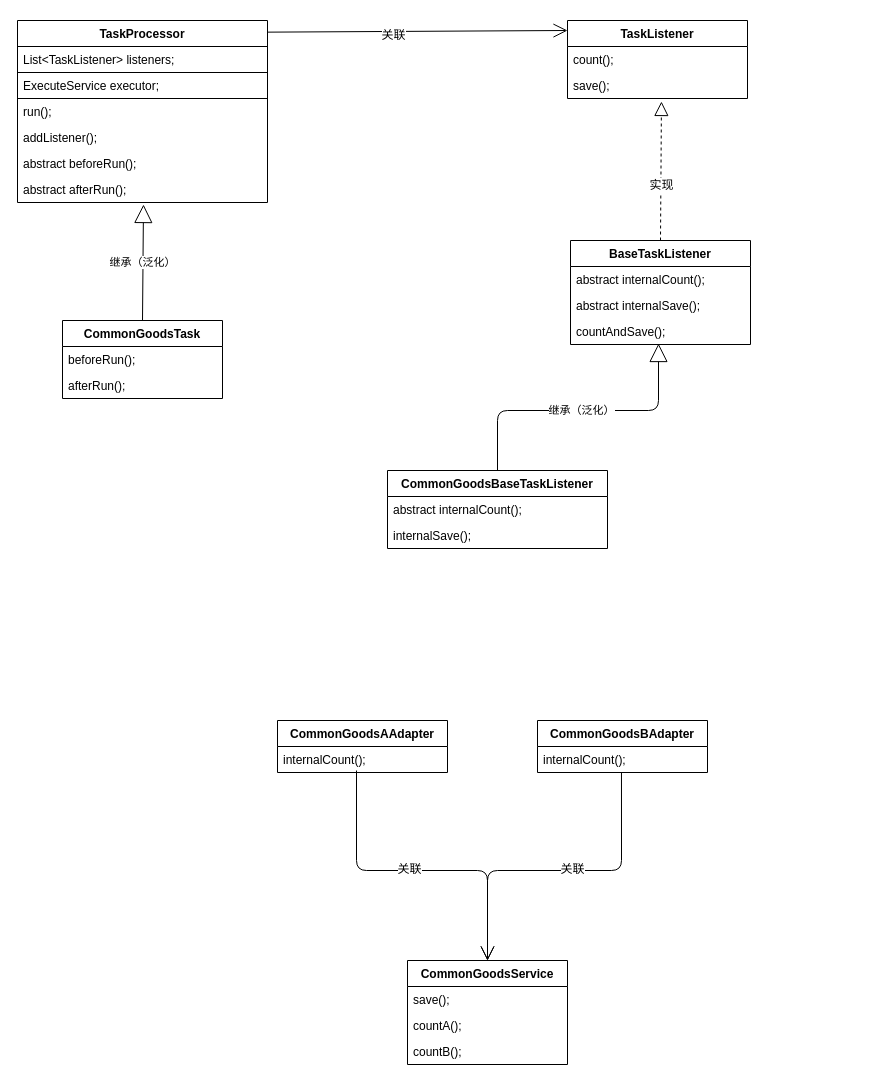
Above: zzp.design.schedule.task/src/main/resources/UML类图/定时任务类图.drawio in karyzeng/share-design (draw.io), before the change. Source tidied: cells renumbered, new cells numbered last; positions are measured from the earlier drawing's top-left corner, leaving out a move shared by most shapes. Both pictures are drawn from the tidied source at 100%, with x=0, y=0 at pixel (17, 20).
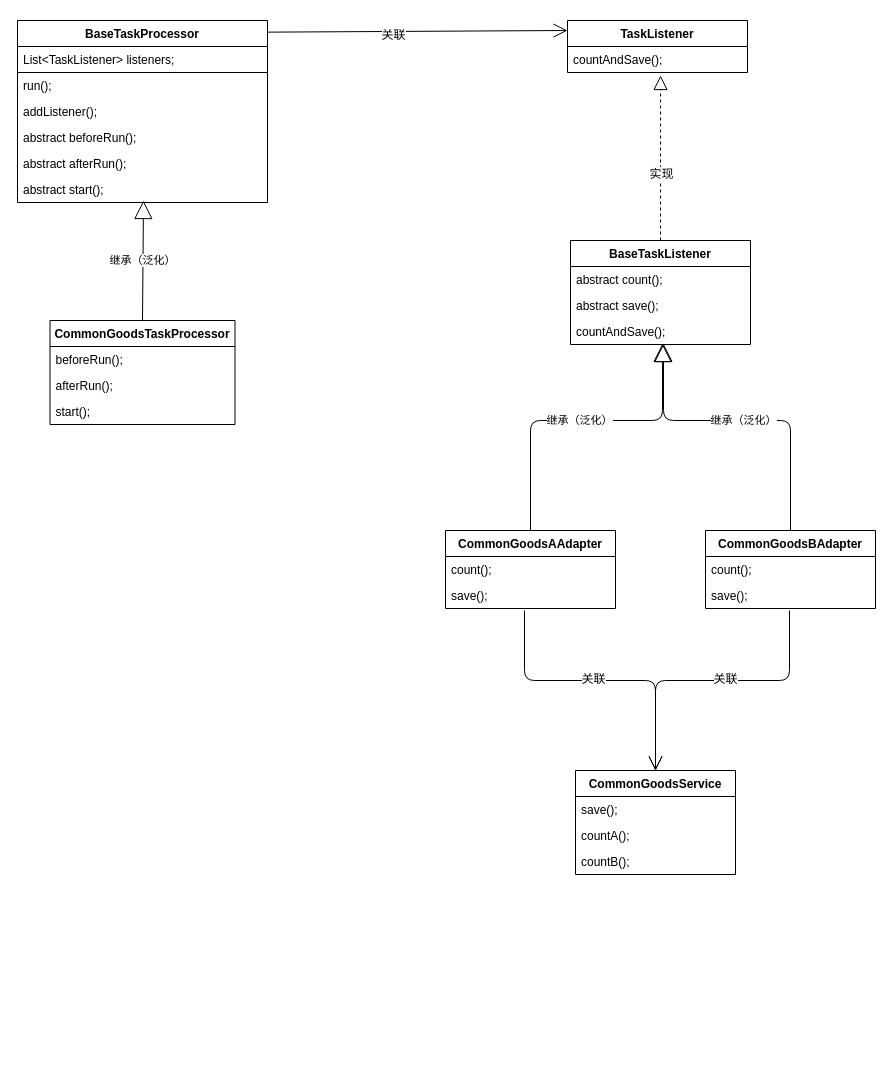
The same page after the edit.

Commit message:
修改定时任务类图

Unchanged cells that the change refers to:
```xml
<mxCell id="30" value="BaseTaskListener" style="swimlane;fontStyle=1;align=center;verticalAlign=top;horizontal=1;startSize=26;" parent="1" vertex="1">
  <mxGeometry x="553" y="220" width="180" height="104" as="geometry" />
</mxCell>
<mxCell id="33" value="countAndSave();" style="text;strokeColor=none;fillColor=none;align=left;verticalAlign=top;spacingLeft=4;spacingRight=4;overflow=hidden;points=[[0,0.5],[1,0.5]];portConstraint=eastwest;" parent="30" vertex="1">
  <mxGeometry y="78" width="180" height="26" as="geometry" />
</mxCell>
```

Change to the diagram source:
```diff
@@
-    <mxCell id="2" value="TaskProcessor" style="swimlane;fontStyle=1;align=center;verticalAlign=top;horizontal=1;startSize=26;" parent="1" vertex="1">
+    <mxCell id="2" value="BaseTaskProcessor" style="swimlane;fontStyle=1;align=center;verticalAlign=top;horizontal=1;startSize=26;" parent="1" vertex="1">
       <mxGeometry width="250" height="182" as="geometry" />
     </mxCell>
@@
-    <mxCell id="4" value="ExecuteService executor;" style="text;strokeColor=#000000;fillColor=none;align=left;verticalAlign=top;spacingLeft=4;spacingRight=4;overflow=hidden;" parent="2" vertex="1">
-      <mxGeometry y="52" width="250" height="26" as="geometry" />
-    </mxCell>
     <mxCell id="5" value="run();" style="text;strokeColor=none;fillColor=none;align=left;verticalAlign=top;spacingLeft=4;spacingRight=4;overflow=hidden;" parent="2" vertex="1">
-      <mxGeometry y="78" width="250" height="26" as="geometry" />
+      <mxGeometry y="52" width="250" height="26" as="geometry" />
     </mxCell>
     <mxCell id="6" value="addListener();" style="text;strokeColor=none;fillColor=none;align=left;verticalAlign=top;spacingLeft=4;spacingRight=4;overflow=hidden;" parent="2" vertex="1">
-      <mxGeometry y="104" width="250" height="26" as="geometry" />
+      <mxGeometry y="78" width="250" height="26" as="geometry" />
     </mxCell>
     <mxCell id="7" value="abstract beforeRun();" style="text;strokeColor=none;fillColor=none;align=left;verticalAlign=top;spacingLeft=4;spacingRight=4;overflow=hidden;" parent="2" vertex="1">
-      <mxGeometry y="130" width="250" height="26" as="geometry" />
+      <mxGeometry y="104" width="250" height="26" as="geometry" />
     </mxCell>
     <mxCell id="8" value="abstract afterRun();" style="text;strokeColor=none;fillColor=none;align=left;verticalAlign=top;spacingLeft=4;spacingRight=4;overflow=hidden;points=[[0,0.5],[1,0.5]];portConstraint=eastwest;" parent="2" vertex="1">
-      <mxGeometry y="156" width="250" height="26" as="geometry" />
+      <mxGeometry y="130" width="250" height="26" as="geometry" />
     </mxCell>
+    <mxCell id="40" value="abstract start();" style="text;strokeColor=none;fillColor=none;align=left;verticalAlign=top;spacingLeft=4;spacingRight=4;overflow=hidden;points=[[0,0.5],[1,0.5]];portConstraint=eastwest;" parent="2" vertex="1">
+      <mxGeometry y="156" width="250" height="26" as="geometry" />
+    </mxCell>
     <mxCell id="9" value="TaskListener" style="swimlane;fontStyle=1;align=center;verticalAlign=top;horizontal=1;startSize=26;" parent="1" vertex="1">
-      <mxGeometry x="550" width="180" height="78" as="geometry" />
+      <mxGeometry x="550" width="180" height="52" as="geometry" />
     </mxCell>
-    <mxCell id="10" value="count();" style="text;strokeColor=none;fillColor=none;align=left;verticalAlign=top;spacingLeft=4;spacingRight=4;overflow=hidden;" parent="9" vertex="1">
-      <mxGeometry y="26" width="180" height="26" as="geometry" />
-    </mxCell>
-    <mxCell id="11" value="save();" style="text;strokeColor=none;fillColor=none;align=left;verticalAlign=top;spacingLeft=4;spacingRight=4;overflow=hidden;points=[[0,0.5],[1,0.5]];portConstraint=eastwest;" parent="9" vertex="1">
-      <mxGeometry y="52" width="180" height="26" as="geometry" />
-    </mxCell>
+    <mxCell id="41" value="countAndSave();" style="text;strokeColor=none;fillColor=none;align=left;verticalAlign=top;spacingLeft=4;spacingRight=4;overflow=hidden;points=[[0,0.5],[1,0.5]];portConstraint=eastwest;" parent="9" vertex="1">
+      <mxGeometry y="26" width="180" height="26" as="geometry" />
+    </mxCell>
     <mxCell id="12" value="CommonGoodsService" style="swimlane;fontStyle=1;align=center;verticalAlign=top;horizontal=1;startSize=26;strokeColor=#000000;" parent="1" vertex="1">
-      <mxGeometry x="390" y="940" width="160" height="104" as="geometry" />
+      <mxGeometry x="558" y="750" width="160" height="104" as="geometry" />
     </mxCell>
@@
     <mxCell id="16" value="CommonGoodsAAdapter" style="swimlane;fontStyle=1;align=center;verticalAlign=top;horizontal=1;startSize=26;strokeColor=#000000;" parent="1" vertex="1">
-      <mxGeometry x="260" y="700" width="170" height="52" as="geometry" />
+      <mxGeometry x="428" y="510" width="170" height="78" as="geometry" />
     </mxCell>
-    <mxCell id="17" value="internalCount();" style="text;strokeColor=none;fillColor=none;align=left;verticalAlign=top;spacingLeft=4;spacingRight=4;overflow=hidden;" parent="16" vertex="1">
+    <mxCell id="17" value="count();" style="text;strokeColor=none;fillColor=none;align=left;verticalAlign=top;spacingLeft=4;spacingRight=4;overflow=hidden;" parent="16" vertex="1">
       <mxGeometry y="26" width="170" height="26" as="geometry" />
     </mxCell>
+    <mxCell id="42" value="save();" style="text;strokeColor=none;fillColor=none;align=left;verticalAlign=top;spacingLeft=4;spacingRight=4;overflow=hidden;" parent="16" vertex="1">
+      <mxGeometry y="52" width="170" height="26" as="geometry" />
+    </mxCell>
     <mxCell id="18" value="CommonGoodsBAdapter" style="swimlane;fontStyle=1;align=center;verticalAlign=top;horizontal=1;startSize=26;strokeColor=#000000;" parent="1" vertex="1">
-      <mxGeometry x="520" y="700" width="170" height="52" as="geometry" />
+      <mxGeometry x="688" y="510" width="170" height="78" as="geometry" />
     </mxCell>
-    <mxCell id="19" value="internalCount();" style="text;strokeColor=none;fillColor=none;align=left;verticalAlign=top;spacingLeft=4;spacingRight=4;overflow=hidden;points=[[0,0.5],[1,0.5]];portConstraint=eastwest;" parent="18" vertex="1">
+    <mxCell id="19" value="count();" style="text;strokeColor=none;fillColor=none;align=left;verticalAlign=top;spacingLeft=4;spacingRight=4;overflow=hidden;points=[[0,0.5],[1,0.5]];portConstraint=eastwest;" parent="18" vertex="1">
       <mxGeometry y="26" width="170" height="26" as="geometry" />
     </mxCell>
+    <mxCell id="43" value="save();" style="text;strokeColor=none;fillColor=none;align=left;verticalAlign=top;spacingLeft=4;spacingRight=4;overflow=hidden;" parent="18" vertex="1">
+      <mxGeometry y="52" width="170" height="26" as="geometry" />
+    </mxCell>
@@
     <mxCell id="22" style="endArrow=open;endFill=1;endSize=12;html=1;entryX=0.5;entryY=0;entryDx=0;entryDy=0;" parent="1" edge="1" target="12">
       <mxGeometry relative="1" as="geometry">
-        <mxPoint x="339" y="750" as="sourcePoint" />
+        <mxPoint x="507" y="590" as="sourcePoint" />
         <Array as="points">
-          <mxPoint x="339" y="850" />
-          <mxPoint x="470" y="850" />
+          <mxPoint x="507" y="660" />
+          <mxPoint x="638" y="660" />
         </Array>
       </mxGeometry>
     </mxCell>
@@
-    <mxCell id="24" style="endArrow=open;endFill=1;endSize=12;html=1;exitX=0.494;exitY=1;exitDx=0;exitDy=0;exitPerimeter=0;" parent="1" edge="1" source="19">
+    <mxCell id="24" style="endArrow=open;endFill=1;endSize=12;html=1;" parent="1" edge="1">
       <mxGeometry relative="1" as="geometry">
-        <mxPoint x="470" y="940" as="targetPoint" />
+        <mxPoint x="772" y="590" as="sourcePoint" />
+        <mxPoint x="638" y="750" as="targetPoint" />
         <Array as="points">
-          <mxPoint x="604" y="850" />
-          <mxPoint x="470" y="850" />
+          <mxPoint x="772" y="660" />
+          <mxPoint x="638" y="660" />
         </Array>
       </mxGeometry>
     </mxCell>
@@
-    <mxCell id="26" value="CommonGoodsTask" style="swimlane;fontStyle=1;align=center;verticalAlign=top;horizontal=1;startSize=26;strokeColor=#000000;" parent="1" vertex="1">
-      <mxGeometry x="45" y="300" width="160" height="78" as="geometry" />
+    <mxCell id="26" value="CommonGoodsTaskProcessor" style="swimlane;fontStyle=1;align=center;verticalAlign=top;horizontal=1;startSize=26;strokeColor=#000000;" parent="1" vertex="1">
+      <mxGeometry x="32.5" y="300" width="185" height="104" as="geometry" />
     </mxCell>
     <mxCell id="27" value="beforeRun();" style="text;strokeColor=none;fillColor=none;align=left;verticalAlign=top;spacingLeft=4;spacingRight=4;overflow=hidden;" parent="26" vertex="1">
-      <mxGeometry y="26" width="160" height="26" as="geometry" />
+      <mxGeometry y="26" width="185" height="26" as="geometry" />
     </mxCell>
     <mxCell id="28" value="afterRun();" style="text;strokeColor=none;fillColor=none;align=left;verticalAlign=top;spacingLeft=4;spacingRight=4;overflow=hidden;" parent="26" vertex="1">
-      <mxGeometry y="52" width="160" height="26" as="geometry" />
+      <mxGeometry y="52" width="185" height="26" as="geometry" />
     </mxCell>
+    <mxCell id="44" value="start();" style="text;strokeColor=none;fillColor=none;align=left;verticalAlign=top;spacingLeft=4;spacingRight=4;overflow=hidden;" parent="26" vertex="1">
+      <mxGeometry y="78" width="185" height="26" as="geometry" />
+    </mxCell>
-    <mxCell id="29" value="继承（泛化）" style="endArrow=block;endSize=16;endFill=0;html=1;exitX=0.5;exitY=0;exitDx=0;exitDy=0;entryX=0.504;entryY=1.077;entryDx=0;entryDy=0;entryPerimeter=0;" parent="1" edge="1" source="26" target="8">
+    <mxCell id="29" value="继承（泛化）" style="endArrow=block;endSize=16;endFill=0;html=1;exitX=0.5;exitY=0;exitDx=0;exitDy=0;entryX=0.504;entryY=0.923;entryDx=0;entryDy=0;entryPerimeter=0;" parent="1" edge="1" source="26" target="40">
       <mxGeometry relative="1" as="geometry" />
     </mxCell>
@@
-    <mxCell id="31" value="abstract internalCount();" style="text;strokeColor=none;fillColor=none;align=left;verticalAlign=top;spacingLeft=4;spacingRight=4;overflow=hidden;" parent="30" vertex="1">
+    <mxCell id="31" value="abstract count();" style="text;strokeColor=none;fillColor=none;align=left;verticalAlign=top;spacingLeft=4;spacingRight=4;overflow=hidden;" parent="30" vertex="1">
       <mxGeometry y="26" width="180" height="26" as="geometry" />
     </mxCell>
-    <mxCell id="32" value="abstract internalSave();" style="text;strokeColor=none;fillColor=none;align=left;verticalAlign=top;spacingLeft=4;spacingRight=4;overflow=hidden;" parent="30" vertex="1">
+    <mxCell id="32" value="abstract save();" style="text;strokeColor=none;fillColor=none;align=left;verticalAlign=top;spacingLeft=4;spacingRight=4;overflow=hidden;" parent="30" vertex="1">
       <mxGeometry y="52" width="180" height="26" as="geometry" />
     </mxCell>
@@
-    <mxCell id="34" style="endArrow=block;dashed=1;endFill=0;endSize=12;html=1;entryX=0.522;entryY=1.115;entryDx=0;entryDy=0;entryPerimeter=0;exitX=0.5;exitY=0;exitDx=0;exitDy=0;" parent="1" edge="1" source="30" target="11">
+    <mxCell id="34" style="endArrow=block;dashed=1;endFill=0;endSize=12;html=1;entryX=0.517;entryY=1.115;entryDx=0;entryDy=0;entryPerimeter=0;exitX=0.5;exitY=0;exitDx=0;exitDy=0;" parent="1" edge="1" source="30" target="41">
       <mxGeometry relative="1" as="geometry" />
     </mxCell>
@@
-    <mxCell id="36" value="CommonGoodsBaseTaskListener" style="swimlane;fontStyle=1;align=center;verticalAlign=top;horizontal=1;startSize=26;" parent="1" vertex="1">
-      <mxGeometry x="370" y="450" width="220" height="78" as="geometry" />
-    </mxCell>
-    <mxCell id="37" value="abstract internalCount();" style="text;strokeColor=none;fillColor=none;align=left;verticalAlign=top;spacingLeft=4;spacingRight=4;overflow=hidden;" parent="36" vertex="1">
-      <mxGeometry y="26" width="220" height="26" as="geometry" />
-    </mxCell>
-    <mxCell id="38" value="internalSave();" style="text;strokeColor=none;fillColor=none;align=left;verticalAlign=top;spacingLeft=4;spacingRight=4;overflow=hidden;" parent="36" vertex="1">
-      <mxGeometry y="52" width="220" height="26" as="geometry" />
-    </mxCell>
-    <mxCell id="39" value="继承（泛化）" style="endArrow=block;endSize=16;endFill=0;html=1;entryX=0.489;entryY=0.962;entryDx=0;entryDy=0;entryPerimeter=0;exitX=0.5;exitY=0;exitDx=0;exitDy=0;" parent="1" edge="1" source="36" target="33">
-      <mxGeometry relative="1" as="geometry">
-        <Array as="points">
-          <mxPoint x="480" y="390" />
-          <mxPoint x="641" y="390" />
-        </Array>
-      </mxGeometry>
-    </mxCell>
+    <mxCell id="45" value="继承（泛化）" style="endArrow=block;endSize=16;endFill=0;html=1;entryX=0.511;entryY=0.962;entryDx=0;entryDy=0;entryPerimeter=0;exitX=0.5;exitY=0;exitDx=0;exitDy=0;" parent="1" edge="1" source="16" target="33">
+      <mxGeometry relative="1" as="geometry">
+        <Array as="points">
+          <mxPoint x="513" y="400" />
+          <mxPoint x="645" y="400" />
+        </Array>
+      </mxGeometry>
+    </mxCell>
+    <mxCell id="46" value="继承（泛化）" style="endArrow=block;endSize=16;endFill=0;html=1;exitX=0.5;exitY=0;exitDx=0;exitDy=0;" parent="1" edge="1" source="18">
+      <mxGeometry relative="1" as="geometry">
+        <mxPoint x="646" y="323" as="targetPoint" />
+        <Array as="points">
+          <mxPoint x="773" y="400" />
+          <mxPoint x="646" y="400" />
+        </Array>
+      </mxGeometry>
+    </mxCell>
```
